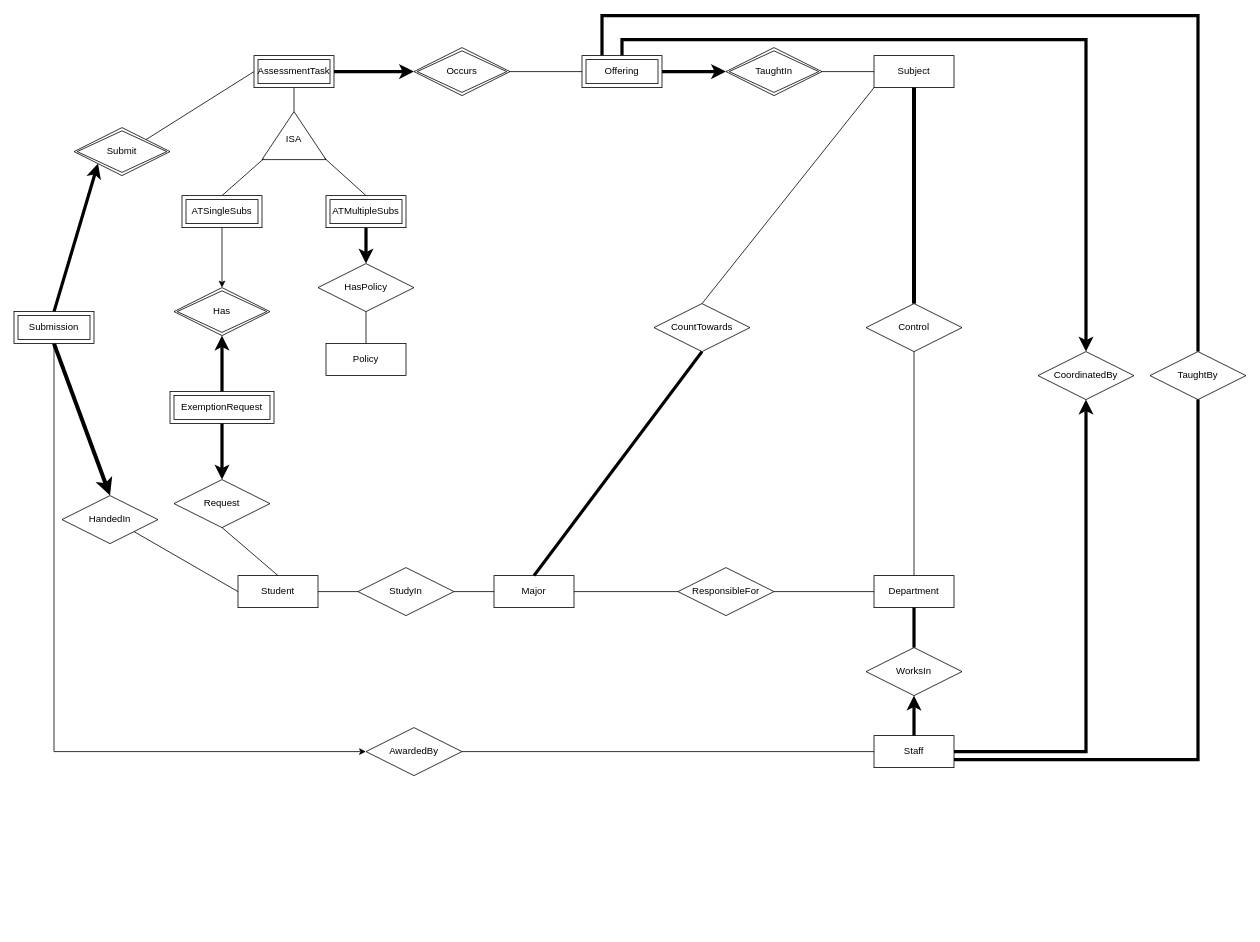
Earlier version of the draw.io diagram isys2120a2.drawio (NguyenChHieu/graphs). Source tidied: cells renumbered, new cells numbered last; positions are measured from the earlier drawing's top-left corner, leaving out a move shared by most shapes. Both pictures are drawn from the tidied source at 80%, with x=0, y=0 at pixel (14, 15).
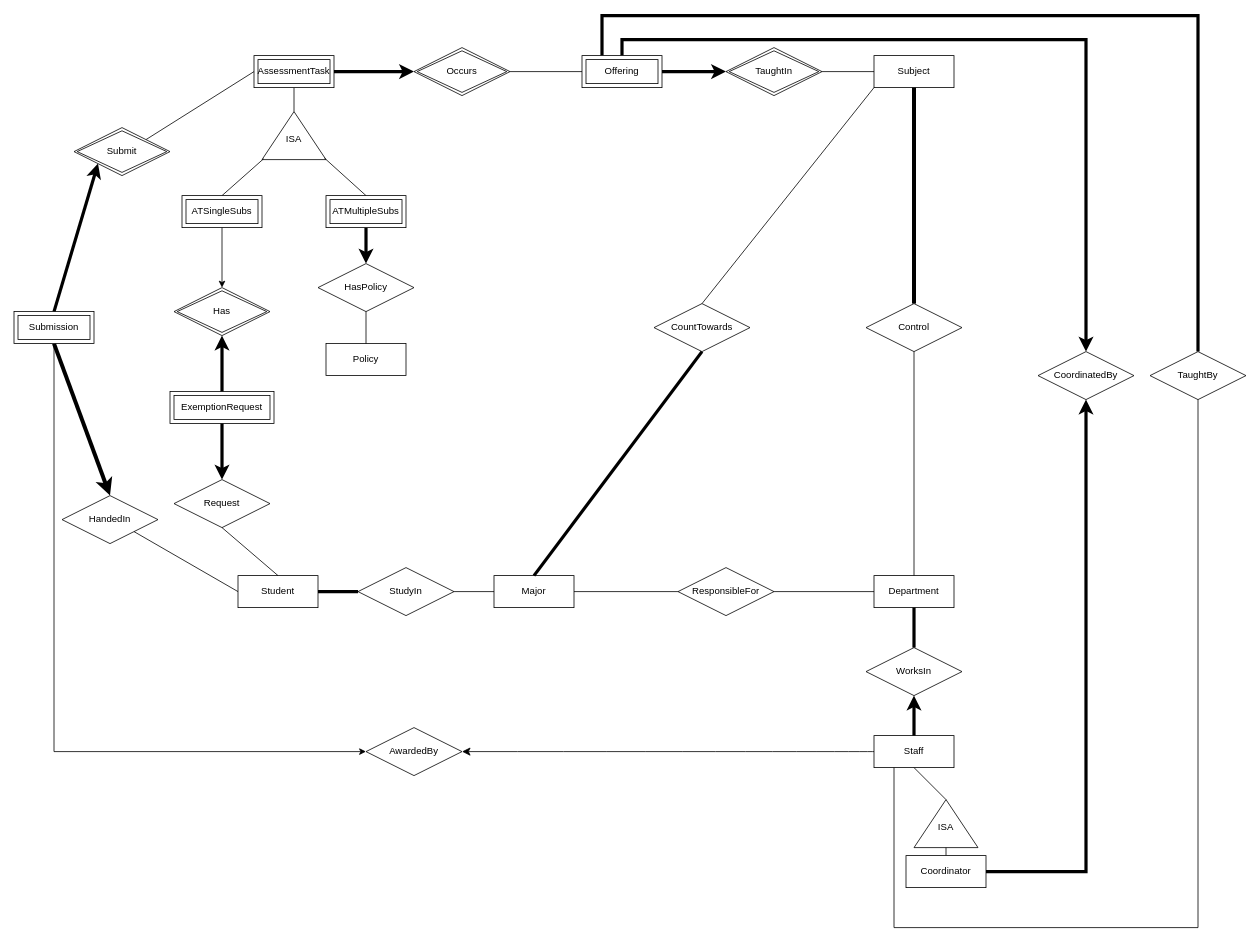
The same diagram, later.

The change refers to these unchanged cells:
```xml
<mxCell id="2" value="Student" style="whiteSpace=wrap;html=1;align=center;" parent="1" vertex="1">
  <mxGeometry x="280" y="700" width="100" height="40" as="geometry" />
</mxCell>
<mxCell id="3" value="Staff" style="whiteSpace=wrap;html=1;align=center;" parent="1" vertex="1">
  <mxGeometry x="1075" y="900" width="100" height="40" as="geometry" />
</mxCell>
<mxCell id="7" value="StudyIn" style="shape=rhombus;perimeter=rhombusPerimeter;whiteSpace=wrap;html=1;align=center;" parent="1" vertex="1">
  <mxGeometry x="430" y="690" width="120" height="60" as="geometry" />
</mxCell>
<mxCell id="33" value="AwardedBy" style="shape=rhombus;perimeter=rhombusPerimeter;whiteSpace=wrap;html=1;align=center;" parent="1" vertex="1">
  <mxGeometry x="440" y="890" width="120" height="60" as="geometry" />
</mxCell>
<mxCell id="43" value="CoordinatedBy" style="shape=rhombus;perimeter=rhombusPerimeter;whiteSpace=wrap;html=1;align=center;" parent="1" vertex="1">
  <mxGeometry x="1280" y="420" width="120" height="60" as="geometry" />
</mxCell>
<mxCell id="46" value="TaughtBy" style="shape=rhombus;perimeter=rhombusPerimeter;whiteSpace=wrap;html=1;align=center;" parent="1" vertex="1">
  <mxGeometry x="1420" y="420" width="120" height="60" as="geometry" />
</mxCell>
```

Diff of the diagram source:
```diff
@@
-    <mxCell id="9" style="endArrow=none;html=1;rounded=0;entryX=1;entryY=0.5;entryDx=0;entryDy=0;strokeWidth=1;" parent="1" edge="1" source="7" target="2">
+    <mxCell id="9" style="endArrow=none;html=1;rounded=0;entryX=1;entryY=0.5;entryDx=0;entryDy=0;strokeWidth=4;" parent="1" edge="1" source="7" target="2">
       <mxGeometry relative="1" as="geometry" />
     </mxCell>
@@
-    <mxCell id="35" style="endArrow=none;html=1;rounded=0;exitX=1;exitY=0.5;exitDx=0;exitDy=0;entryX=0;entryY=0.5;entryDx=0;entryDy=0;" parent="1" edge="1" source="33" target="3">
-      <mxGeometry relative="1" as="geometry" />
-    </mxCell>
@@
-    <mxCell id="44" style="endArrow=classic;html=1;rounded=0;exitX=1;exitY=0.5;exitDx=0;exitDy=0;entryX=0.5;entryY=1;entryDx=0;entryDy=0;strokeWidth=4;" parent="1" edge="1" source="3" target="43">
+    <mxCell id="44" style="endArrow=classic;html=1;rounded=0;exitX=1;exitY=0.5;exitDx=0;exitDy=0;entryX=0.5;entryY=1;entryDx=0;entryDy=0;strokeWidth=4;exitPerimeter=0;" parent="1" edge="1" source="69" target="43">
       <mxGeometry relative="1" as="geometry">
         <Array as="points">
-          <mxPoint x="1340" y="920" />
+          <mxPoint x="1340" y="1070" />
         </Array>
       </mxGeometry>
     </mxCell>
@@
-    <mxCell id="47" style="endArrow=none;html=1;rounded=0;entryX=0.5;entryY=1;entryDx=0;entryDy=0;strokeWidth=4;exitX=1;exitY=0.75;exitDx=0;exitDy=0;" parent="1" edge="1" source="3" target="46">
+    <mxCell id="47" style="endArrow=none;html=1;rounded=0;entryX=0.5;entryY=1;entryDx=0;entryDy=0;strokeWidth=1;exitX=0.25;exitY=1;exitDx=0;exitDy=0;" parent="1" edge="1" source="3" target="46">
       <mxGeometry relative="1" as="geometry">
         <Array as="points">
-          <mxPoint x="1480" y="930" />
+          <mxPoint x="1100" y="1140" />
+          <mxPoint x="1480" y="1140" />
         </Array>
       </mxGeometry>
     </mxCell>
@@
+    <mxCell id="64" style="endArrow=classic;html=1;rounded=0;fontSize=12;startSize=8;endSize=8;curved=1;entryX=1;entryY=0.5;entryDx=0;entryDy=0;exitX=0;exitY=0.5;exitDx=0;exitDy=0;" parent="1" edge="1" source="3" target="33">
+      <mxGeometry relative="1" as="geometry" />
+    </mxCell>
+    <mxCell id="65" style="triangle;whiteSpace=wrap;html=1;rotation=-90;" parent="1" vertex="1">
+      <mxGeometry x="1135" y="970" width="60" height="80" as="geometry" />
+    </mxCell>
+    <mxCell id="66" value="ISA" style="text;html=1;align=center;verticalAlign=middle;whiteSpace=wrap;rounded=0;" parent="1" vertex="1">
+      <mxGeometry x="1135" y="1000" width="60" height="30" as="geometry" />
+    </mxCell>
+    <mxCell id="67" style="endArrow=none;html=1;rounded=0;exitX=0.5;exitY=0;exitDx=0;exitDy=0;entryX=0;entryY=0.5;entryDx=0;entryDy=0;" parent="1" edge="1" source="69" target="65">
+      <mxGeometry relative="1" as="geometry" />
+    </mxCell>
+    <mxCell id="68" style="endArrow=none;html=1;rounded=0;exitX=1;exitY=0.5;exitDx=0;exitDy=0;entryX=0.5;entryY=1;entryDx=0;entryDy=0;" parent="1" edge="1" source="65" target="3">
+      <mxGeometry relative="1" as="geometry" />
+    </mxCell>
+    <mxCell id="69" value="Coordinator" style="whiteSpace=wrap;html=1;align=center;" parent="1" vertex="1">
+      <mxGeometry x="1115" y="1050" width="100" height="40" as="geometry" />
+    </mxCell>
```
